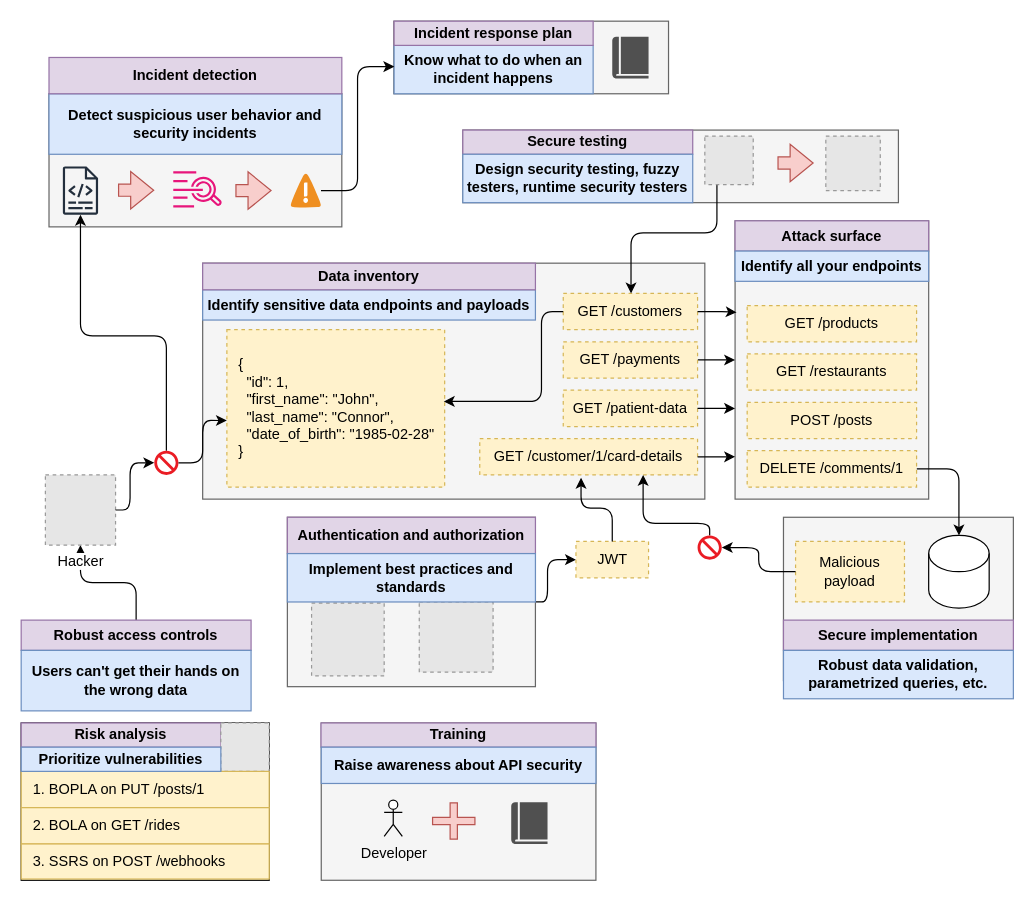
Earlier version of the draw.io diagram page "2.1" (1 of 9) of ch02.drawio (abunuwas/api-sec-book-imgs). Source tidied: cells renumbered, new cells numbered last; positions are measured from the earlier drawing's top-left corner, leaving out a move shared by most shapes. Both pictures are drawn from the tidied source at 121%, with x=0, y=0 at pixel (21, 21). Pictures stored in the file or linked from it are replaced by grey dashed boxes.
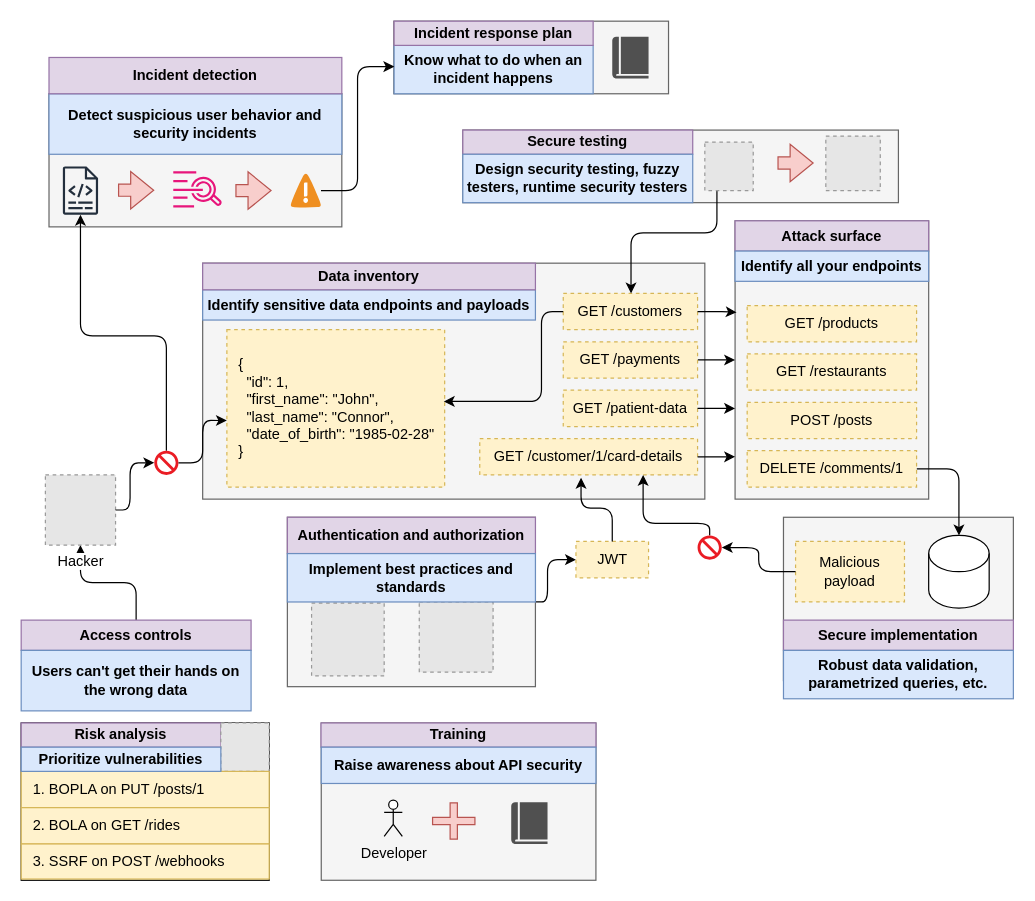
After the change.

The edit, as a diff of the source:
```diff
@@
-    <mxCell id="37" value="Robust access controls" style="text;html=1;strokeColor=#9673a6;fillColor=#e1d5e7;align=center;verticalAlign=middle;whiteSpace=wrap;rounded=0;fontStyle=1;" parent="1" vertex="1">
+    <mxCell id="37" value="Access controls" style="text;html=1;strokeColor=#9673a6;fillColor=#e1d5e7;align=center;verticalAlign=middle;whiteSpace=wrap;rounded=0;fontStyle=1;" parent="1" vertex="1">
       <mxGeometry y="495" width="190" height="25" as="geometry" />
     </mxCell>
@@
     <mxCell id="50" style="fillColor=#E6E6E6;strokeColor=#999999;dashed=1;html=1;verticalLabelPosition=bottom;labelBackgroundColor=#ffffff;verticalAlign=top;" parent="1" vertex="1">
-      <mxGeometry x="565" y="95" width="40" height="40" as="geometry" />
+      <mxGeometry x="565" y="100" width="40" height="40" as="geometry" />
     </mxCell>
@@
-    <mxCell id="62" value="3. SSRS on POST /webhooks" style="text;html=1;strokeColor=#d6b656;fillColor=#fff2cc;align=left;verticalAlign=middle;whiteSpace=wrap;rounded=0;spacing=10;" parent="1" vertex="1">
+    <mxCell id="62" value="3. SSRF on POST /webhooks" style="text;html=1;strokeColor=#d6b656;fillColor=#fff2cc;align=left;verticalAlign=middle;whiteSpace=wrap;rounded=0;spacing=10;" parent="1" vertex="1">
       <mxGeometry y="680" width="205" height="29" as="geometry" />
     </mxCell>
```
